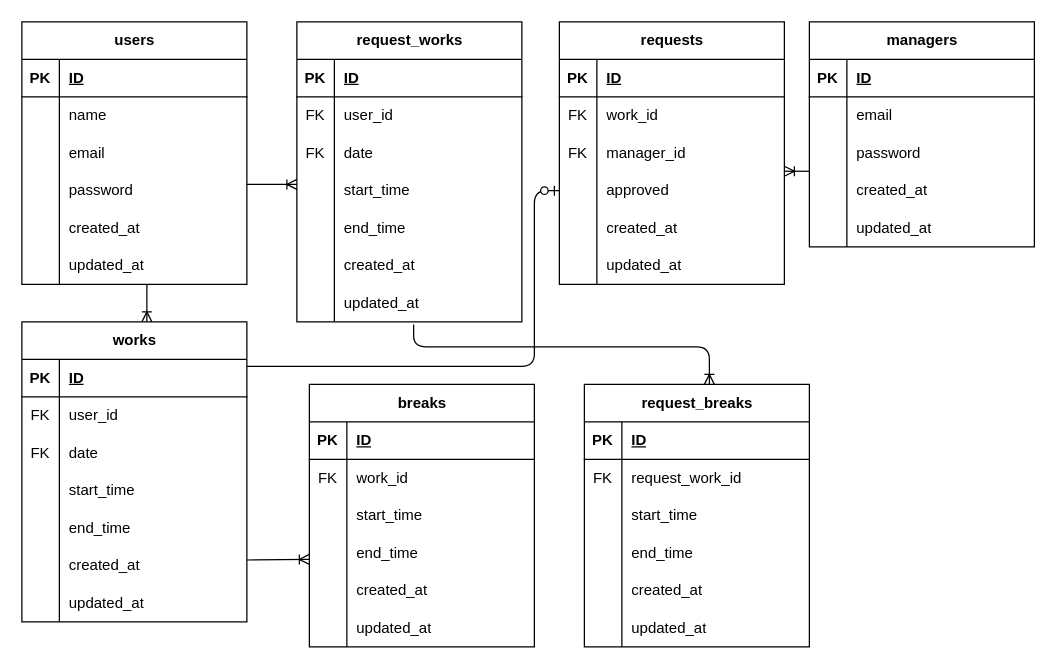
Above: kintai-app.dio in aya1204/kintai-app (draw.io), before the change. Source tidied: cells renumbered, new cells numbered last; positions are measured from the earlier drawing's top-left corner, leaving out a move shared by most shapes. Both pictures are drawn from the tidied source at 125%, with x=0, y=0 at pixel (21, 21).
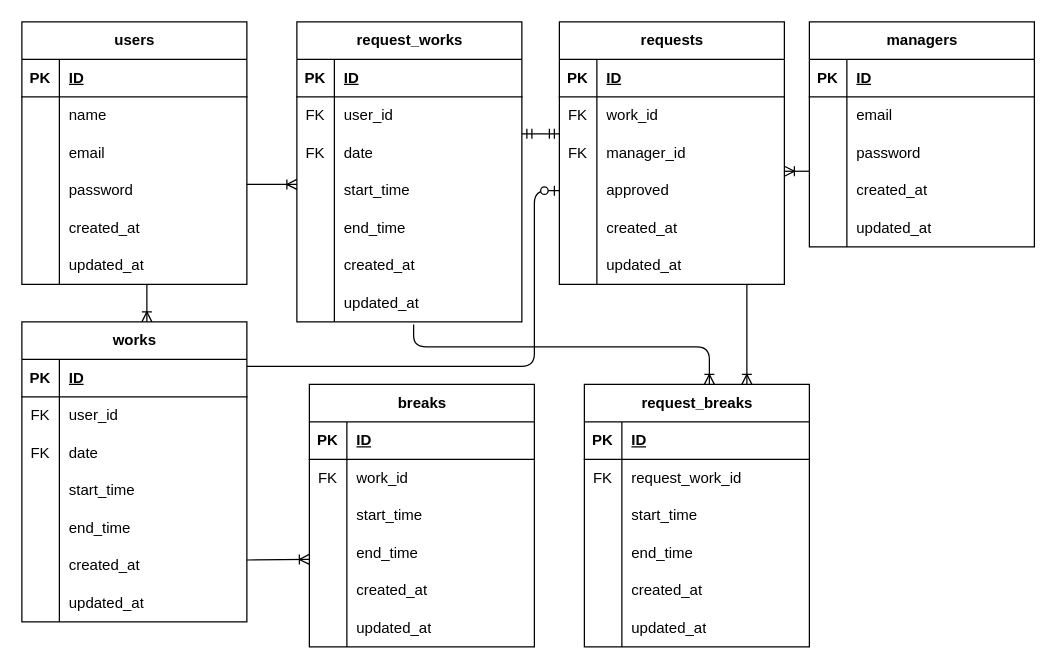
The same page after the edit.

What changed in the source:
```diff
@@
+    <mxCell id="144" style="fontSize=12;html=1;endArrow=ERmandOne;startArrow=ERmandOne;" parent="1" edge="1">
+      <mxGeometry relative="1" as="geometry">
+        <mxPoint x="400" y="89.5" as="sourcePoint" />
+        <mxPoint x="430" y="89.5" as="targetPoint" />
+      </mxGeometry>
+    </mxCell>
+    <mxCell id="145" style="fontSize=12;html=1;endArrow=ERoneToMany;" parent="1" edge="1">
+      <mxGeometry relative="1" as="geometry">
+        <mxPoint x="580" y="210" as="sourcePoint" />
+        <mxPoint x="580" y="290" as="targetPoint" />
+      </mxGeometry>
+    </mxCell>
```
